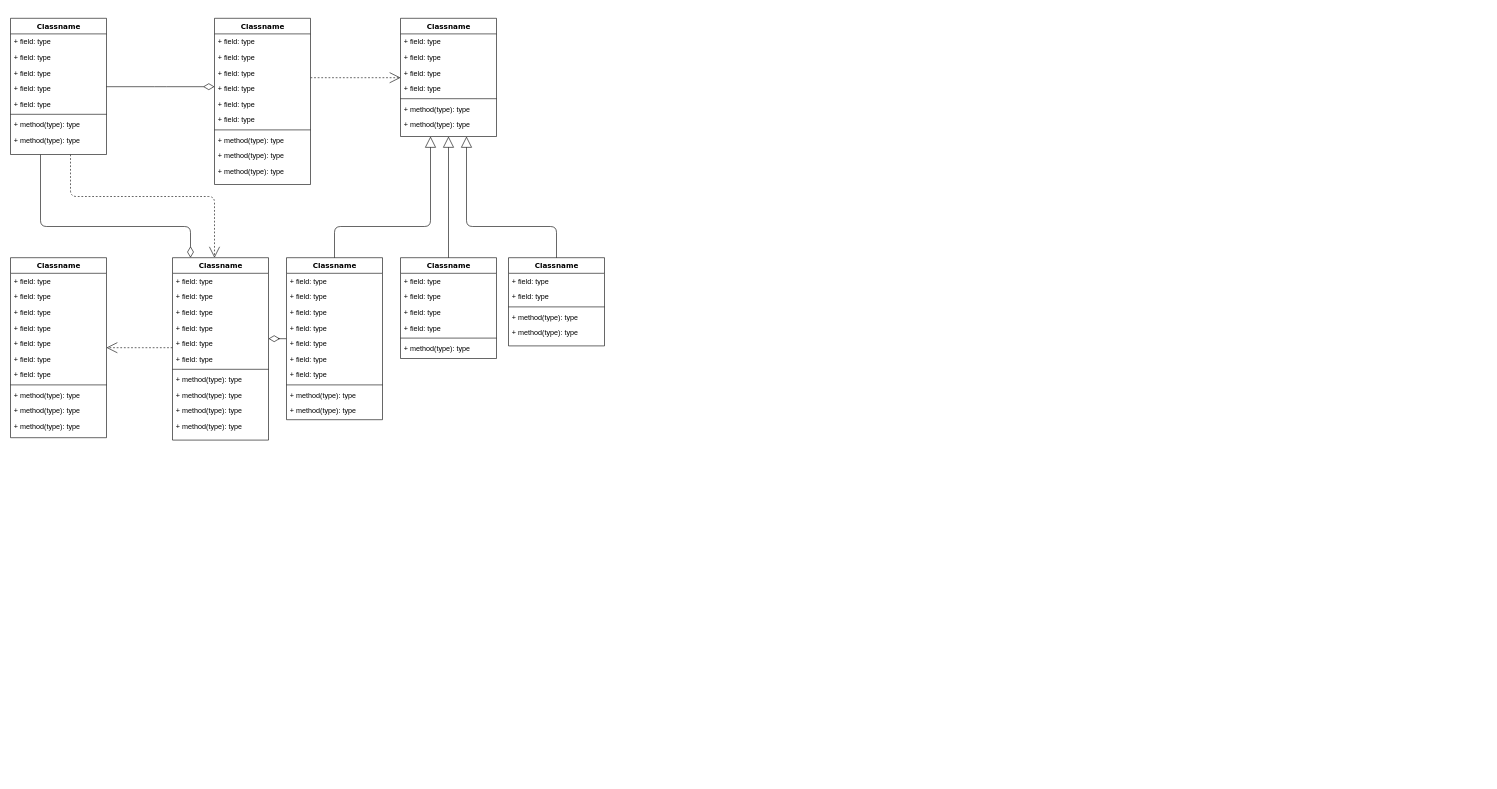
Before: docs/class_diagram_payroll_system.drawio in jomariabejo/MotorPH-Enterprise-Payroll-System, a draw.io diagram. Source tidied: cells renumbered, new cells numbered last; positions are measured from the earlier drawing's top-left corner, leaving out a move shared by most shapes. Both pictures are drawn from the tidied source at 60%, with x=0, y=0 at pixel (10, 18).
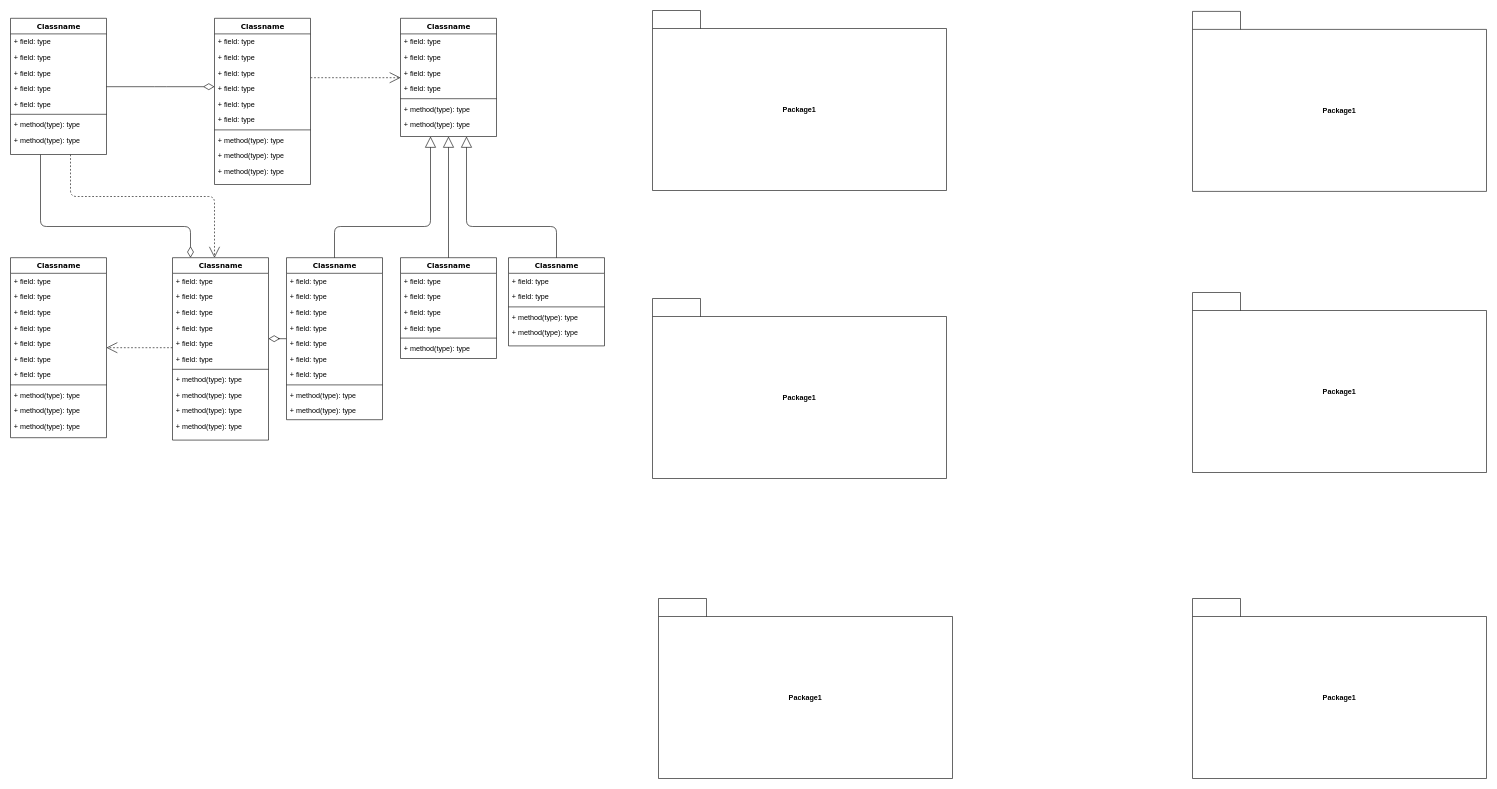
After the change.

Diff of the diagram source:
```diff
@@
+    <mxCell id="87" value="Package1" style="shape=folder;fontStyle=1;tabWidth=80;tabHeight=30;tabPosition=left;html=1;boundedLbl=1;whiteSpace=wrap;" parent="1" vertex="1">
+      <mxGeometry x="1070" y="-13" width="490" height="300" as="geometry" />
+    </mxCell>
+    <mxCell id="88" value="Package1" style="shape=folder;fontStyle=1;tabWidth=80;tabHeight=30;tabPosition=left;html=1;boundedLbl=1;whiteSpace=wrap;" parent="1" vertex="1">
+      <mxGeometry x="1970" y="-11.5" width="490" height="300" as="geometry" />
+    </mxCell>
+    <mxCell id="89" value="Package1" style="shape=folder;fontStyle=1;tabWidth=80;tabHeight=30;tabPosition=left;html=1;boundedLbl=1;whiteSpace=wrap;" parent="1" vertex="1">
+      <mxGeometry x="1970" y="457" width="490" height="300" as="geometry" />
+    </mxCell>
+    <mxCell id="90" value="Package1" style="shape=folder;fontStyle=1;tabWidth=80;tabHeight=30;tabPosition=left;html=1;boundedLbl=1;whiteSpace=wrap;" parent="1" vertex="1">
+      <mxGeometry x="1070" y="467" width="490" height="300" as="geometry" />
+    </mxCell>
+    <mxCell id="91" value="Package1" style="shape=folder;fontStyle=1;tabWidth=80;tabHeight=30;tabPosition=left;html=1;boundedLbl=1;whiteSpace=wrap;" parent="1" vertex="1">
+      <mxGeometry x="1080" y="967" width="490" height="300" as="geometry" />
+    </mxCell>
+    <mxCell id="92" value="Package1" style="shape=folder;fontStyle=1;tabWidth=80;tabHeight=30;tabPosition=left;html=1;boundedLbl=1;whiteSpace=wrap;" parent="1" vertex="1">
+      <mxGeometry x="1970" y="967" width="490" height="300" as="geometry" />
+    </mxCell>
```
